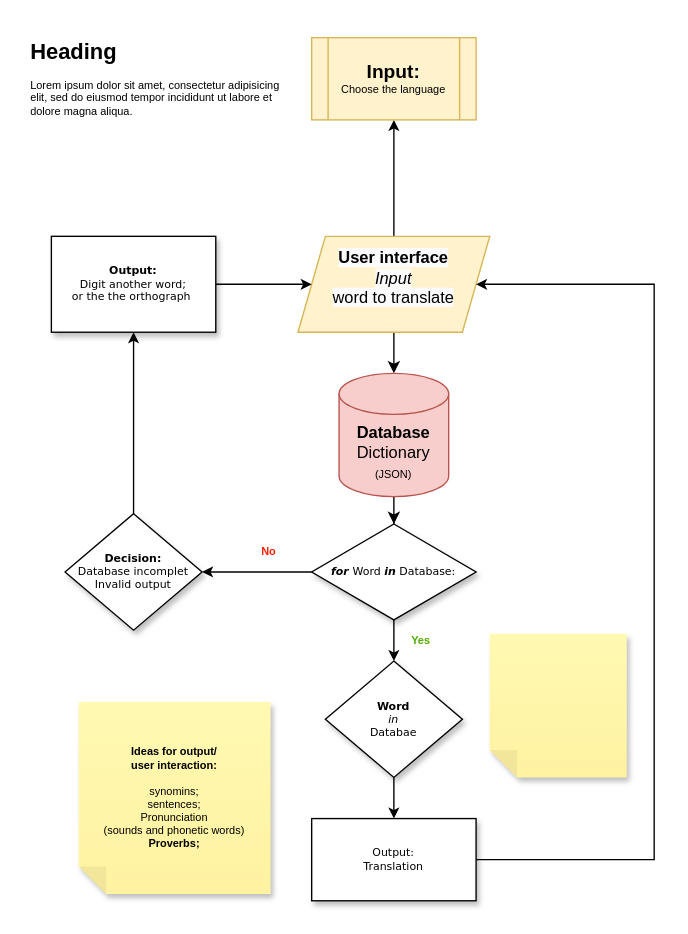
DanZech/45-Learning-Code keeps this draw.io diagram as Untitled Diagram.drawio. Above is the earlier version. Source tidied: cells renumbered, new cells numbered last; positions are measured from the earlier drawing's top-left corner, leaving out a move shared by most shapes. Both pictures are drawn from the tidied source at 137%, with x=0, y=0 at pixel (23, 37).
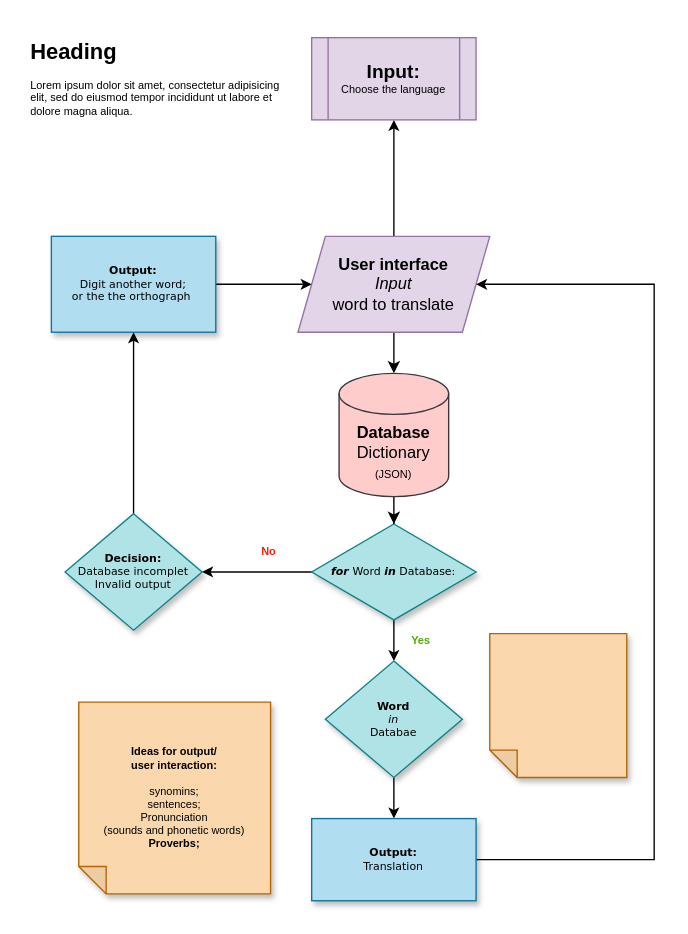
After the change.

What changed in the source:
```diff
@@
-    <mxCell id="4" value="&amp;nbsp;&lt;b&gt;&lt;i&gt;for&amp;nbsp;&lt;/i&gt;&lt;/b&gt;Word &lt;b style=&quot;font-style: italic;&quot;&gt;in&lt;/b&gt;&amp;nbsp;Database:&lt;i&gt;&amp;nbsp;&lt;/i&gt;" style="rhombus;whiteSpace=wrap;html=1;rounded=0;shadow=1;labelBackgroundColor=none;strokeWidth=1;fontFamily=Verdana;fontSize=8;align=center;" parent="1" vertex="1">
+    <mxCell id="4" value="&amp;nbsp;&lt;b&gt;&lt;i&gt;for&amp;nbsp;&lt;/i&gt;&lt;/b&gt;Word &lt;b style=&quot;font-style: italic;&quot;&gt;in&lt;/b&gt;&amp;nbsp;Database:&lt;i&gt;&amp;nbsp;&lt;/i&gt;" style="rhombus;whiteSpace=wrap;html=1;rounded=0;shadow=1;labelBackgroundColor=none;strokeWidth=1;fontFamily=Verdana;fontSize=8;align=center;fillColor=#b0e3e6;strokeColor=#0e8088;" parent="1" vertex="1">
       <mxGeometry x="210" y="355" width="120" height="70" as="geometry" />
     </mxCell>
@@
-    <mxCell id="7" value="&lt;b&gt;Database&lt;/b&gt;&lt;br&gt;Dictionary&lt;br&gt;&lt;font style=&quot;font-size: 8px;&quot;&gt;(JSON)&lt;/font&gt;" style="shape=cylinder3;whiteSpace=wrap;html=1;boundedLbl=1;backgroundOutline=1;size=15;fillColor=#f8cecc;strokeColor=#b85450;" parent="1" vertex="1">
+    <mxCell id="7" value="&lt;b&gt;Database&lt;/b&gt;&lt;br&gt;Dictionary&lt;br&gt;&lt;font style=&quot;font-size: 8px;&quot;&gt;(JSON)&lt;/font&gt;" style="shape=cylinder3;whiteSpace=wrap;html=1;boundedLbl=1;backgroundOutline=1;size=15;fillColor=#ffcccc;strokeColor=#36393d;rounded=0;" parent="1" vertex="1">
       <mxGeometry x="230" y="245" width="80" height="90" as="geometry" />
     </mxCell>
@@
-    <mxCell id="9" value="&#10;&lt;b style=&quot;border-color: var(--border-color); color: rgb(0, 0, 0); font-family: Helvetica; font-size: 12px; font-style: normal; font-variant-ligatures: normal; font-variant-caps: normal; letter-spacing: normal; orphans: 2; text-align: center; text-indent: 0px; text-transform: none; widows: 2; word-spacing: 0px; -webkit-text-stroke-width: 0px; background-color: rgb(251, 251, 251); text-decoration-thickness: initial; text-decoration-style: initial; text-decoration-color: initial;&quot;&gt;User interface&lt;/b&gt;&lt;br style=&quot;border-color: var(--border-color); color: rgb(0, 0, 0); font-family: Helvetica; font-size: 12px; font-style: normal; font-variant-ligatures: normal; font-variant-caps: normal; font-weight: 400; letter-spacing: normal; orphans: 2; text-align: center; text-indent: 0px; text-transform: none; widows: 2; word-spacing: 0px; -webkit-text-stroke-width: 0px; background-color: rgb(251, 251, 251); text-decoration-thickness: initial; text-decoration-style: initial; text-decoration-color: initial;&quot;&gt;&lt;i style=&quot;border-color: var(--border-color); color: rgb(0, 0, 0); font-family: Helvetica; font-size: 12px; font-variant-ligatures: normal; font-variant-caps: normal; font-weight: 400; letter-spacing: normal; orphans: 2; text-align: center; text-indent: 0px; text-transform: none; widows: 2; word-spacing: 0px; -webkit-text-stroke-width: 0px; background-color: rgb(251, 251, 251); text-decoration-thickness: initial; text-decoration-style: initial; text-decoration-color: initial;&quot;&gt;Input&lt;/i&gt;&lt;span style=&quot;color: rgb(0, 0, 0); font-family: Helvetica; font-size: 12px; font-style: normal; font-variant-ligatures: normal; font-variant-caps: normal; font-weight: 400; letter-spacing: normal; orphans: 2; text-align: center; text-indent: 0px; text-transform: none; widows: 2; word-spacing: 0px; -webkit-text-stroke-width: 0px; background-color: rgb(251, 251, 251); text-decoration-thickness: initial; text-decoration-style: initial; text-decoration-color: initial; float: none; display: inline !important;&quot;&gt;&lt;/span&gt;&lt;br style=&quot;border-color: var(--border-color); color: rgb(0, 0, 0); font-family: Helvetica; font-size: 12px; font-style: normal; font-variant-ligatures: normal; font-variant-caps: normal; font-weight: 400; letter-spacing: normal; orphans: 2; text-align: center; text-indent: 0px; text-transform: none; widows: 2; word-spacing: 0px; -webkit-text-stroke-width: 0px; background-color: rgb(251, 251, 251); text-decoration-thickness: initial; text-decoration-style: initial; text-decoration-color: initial;&quot;&gt;&lt;span style=&quot;color: rgb(0, 0, 0); font-family: Helvetica; font-size: 12px; font-style: normal; font-variant-ligatures: normal; font-variant-caps: normal; font-weight: 400; letter-spacing: normal; orphans: 2; text-align: center; text-indent: 0px; text-transform: none; widows: 2; word-spacing: 0px; -webkit-text-stroke-width: 0px; background-color: rgb(251, 251, 251); text-decoration-thickness: initial; text-decoration-style: initial; text-decoration-color: initial; float: none; display: inline !important;&quot;&gt;word to translate&lt;/span&gt;&#10;&#10;" style="shape=parallelogram;perimeter=parallelogramPerimeter;whiteSpace=wrap;html=1;fixedSize=1;fontSize=8;fillColor=#fff2cc;strokeColor=#d6b656;" parent="1" vertex="1">
+    <mxCell id="9" value="&lt;span style=&quot;background-color: transparent;&quot;&gt;&lt;br&gt;&lt;b style=&quot;border-color: var(--border-color); color: rgb(0, 0, 0); font-family: Helvetica; font-size: 12px; font-style: normal; font-variant-ligatures: normal; font-variant-caps: normal; letter-spacing: normal; text-align: center; text-indent: 0px; text-transform: none; word-spacing: 0px; -webkit-text-stroke-width: 0px; text-decoration-thickness: initial; text-decoration-style: initial; text-decoration-color: initial;&quot;&gt;User interface&lt;/b&gt;&lt;br style=&quot;border-color: var(--border-color); color: rgb(0, 0, 0); font-family: Helvetica; font-size: 12px; font-style: normal; font-variant-ligatures: normal; font-variant-caps: normal; font-weight: 400; letter-spacing: normal; text-align: center; text-indent: 0px; text-transform: none; word-spacing: 0px; -webkit-text-stroke-width: 0px; text-decoration-thickness: initial; text-decoration-style: initial; text-decoration-color: initial;&quot;&gt;&lt;i style=&quot;border-color: var(--border-color); color: rgb(0, 0, 0); font-family: Helvetica; font-size: 12px; font-variant-ligatures: normal; font-variant-caps: normal; font-weight: 400; letter-spacing: normal; text-align: center; text-indent: 0px; text-transform: none; word-spacing: 0px; -webkit-text-stroke-width: 0px; text-decoration-thickness: initial; text-decoration-style: initial; text-decoration-color: initial;&quot;&gt;Input&lt;/i&gt;&lt;span style=&quot;color: rgb(0, 0, 0); font-family: Helvetica; font-size: 12px; font-style: normal; font-variant-ligatures: normal; font-variant-caps: normal; font-weight: 400; letter-spacing: normal; text-align: center; text-indent: 0px; text-transform: none; word-spacing: 0px; -webkit-text-stroke-width: 0px; text-decoration-thickness: initial; text-decoration-style: initial; text-decoration-color: initial; float: none; display: inline !important;&quot;&gt;&lt;/span&gt;&lt;br style=&quot;border-color: var(--border-color); color: rgb(0, 0, 0); font-family: Helvetica; font-size: 12px; font-style: normal; font-variant-ligatures: normal; font-variant-caps: normal; font-weight: 400; letter-spacing: normal; text-align: center; text-indent: 0px; text-transform: none; word-spacing: 0px; -webkit-text-stroke-width: 0px; text-decoration-thickness: initial; text-decoration-style: initial; text-decoration-color: initial;&quot;&gt;&lt;span style=&quot;color: rgb(0, 0, 0); font-family: Helvetica; font-size: 12px; font-style: normal; font-variant-ligatures: normal; font-variant-caps: normal; font-weight: 400; letter-spacing: normal; text-align: center; text-indent: 0px; text-transform: none; word-spacing: 0px; -webkit-text-stroke-width: 0px; text-decoration-thickness: initial; text-decoration-style: initial; text-decoration-color: initial; float: none; display: inline !important;&quot;&gt;word to translate&lt;/span&gt;&lt;br&gt;&lt;br&gt;&lt;/span&gt;" style="shape=parallelogram;perimeter=parallelogramPerimeter;whiteSpace=wrap;html=1;fixedSize=1;fontSize=8;fillColor=#e1d5e7;strokeColor=#9673a6;rounded=0;" parent="1" vertex="1">
       <mxGeometry x="200" y="145" width="140" height="70" as="geometry" />
     </mxCell>
-    <mxCell id="10" value="&lt;b&gt;Ideas for output/&lt;br&gt;user interaction:&lt;/b&gt;&lt;br&gt;&lt;br&gt;synomins;&lt;br&gt;sentences;&lt;br&gt;Pronunciation &lt;br&gt;(sounds and phonetic words)&lt;br&gt;&lt;b&gt;Proverbs;&lt;/b&gt;" style="shape=note;whiteSpace=wrap;html=1;backgroundOutline=1;fontColor=#000000;darkOpacity=0.05;fillColor=#FFF9B2;strokeColor=none;fillStyle=solid;direction=west;gradientDirection=north;gradientColor=#FFF2A1;shadow=1;size=20;fontSize=8;" parent="1" vertex="1">
+    <mxCell id="10" value="&lt;b&gt;Ideas for output/&lt;br&gt;user interaction:&lt;/b&gt;&lt;br&gt;&lt;br&gt;synomins;&lt;br&gt;sentences;&lt;br&gt;Pronunciation &lt;br&gt;(sounds and phonetic words)&lt;br&gt;&lt;b&gt;Proverbs;&lt;/b&gt;" style="shape=note;whiteSpace=wrap;html=1;backgroundOutline=1;darkOpacity=0.05;fillStyle=solid;direction=west;gradientDirection=north;shadow=1;size=20;fontSize=8;fillColor=#fad7ac;strokeColor=#b46504;rounded=0;" parent="1" vertex="1">
       <mxGeometry x="40" y="485" width="140" height="140" as="geometry" />
     </mxCell>
@@
-    <mxCell id="13" value="&lt;b&gt;Decision:&lt;/b&gt;&lt;br&gt;Database incomplet&lt;br&gt;Invalid output" style="rhombus;whiteSpace=wrap;html=1;fontSize=8;fontFamily=Verdana;rounded=0;shadow=1;labelBackgroundColor=none;strokeWidth=1;" parent="1" vertex="1">
+    <mxCell id="13" value="&lt;b&gt;Decision:&lt;/b&gt;&lt;br&gt;Database incomplet&lt;br&gt;Invalid output" style="rhombus;whiteSpace=wrap;html=1;fontSize=8;fontFamily=Verdana;rounded=0;shadow=1;labelBackgroundColor=none;strokeWidth=1;fillColor=#b0e3e6;strokeColor=#0e8088;" parent="1" vertex="1">
       <mxGeometry x="30" y="347.5" width="100" height="85" as="geometry" />
     </mxCell>
@@
-    <mxCell id="16" value="&lt;b&gt;Output:&lt;br&gt;&lt;/b&gt;Digit another word;&lt;br&gt;or the the orthograph&amp;nbsp;" style="rounded=0;whiteSpace=wrap;html=1;fontSize=8;fontFamily=Verdana;shadow=1;labelBackgroundColor=none;strokeWidth=1;" parent="1" vertex="1">
+    <mxCell id="16" value="&lt;span style=&quot;background-color: transparent;&quot;&gt;&lt;b&gt;Output:&lt;br&gt;&lt;/b&gt;Digit another word;&lt;br&gt;or the the orthograph&amp;nbsp;&lt;/span&gt;" style="rounded=0;whiteSpace=wrap;html=1;fontSize=8;fontFamily=Verdana;shadow=1;labelBackgroundColor=none;strokeWidth=1;fillColor=#b1ddf0;strokeColor=#10739e;" parent="1" vertex="1">
       <mxGeometry x="20" y="145" width="120" height="70" as="geometry" />
     </mxCell>
@@
-    <mxCell id="18" value="&lt;b&gt;Word&lt;/b&gt;&lt;br&gt;&lt;i&gt;in&lt;br&gt;&lt;/i&gt;Databae" style="rhombus;whiteSpace=wrap;html=1;fontSize=8;fontFamily=Verdana;rounded=0;shadow=1;labelBackgroundColor=none;strokeWidth=1;" parent="1" vertex="1">
+    <mxCell id="18" value="&lt;b&gt;Word&lt;/b&gt;&lt;br&gt;&lt;i&gt;in&lt;br&gt;&lt;/i&gt;Databae" style="rhombus;whiteSpace=wrap;html=1;fontSize=8;fontFamily=Verdana;rounded=0;shadow=1;labelBackgroundColor=none;strokeWidth=1;fillColor=#b0e3e6;strokeColor=#0e8088;" parent="1" vertex="1">
       <mxGeometry x="220" y="455" width="100" height="85" as="geometry" />
     </mxCell>
@@
-    <mxCell id="21" value="Output:&lt;br&gt;Translation" style="rounded=0;whiteSpace=wrap;html=1;fontSize=8;fontFamily=Verdana;shadow=1;labelBackgroundColor=none;strokeWidth=1;" parent="1" vertex="1">
+    <mxCell id="21" value="&lt;b&gt;Output:&lt;/b&gt;&lt;br&gt;Translation" style="rounded=0;whiteSpace=wrap;html=1;fontSize=8;fontFamily=Verdana;shadow=1;labelBackgroundColor=none;strokeWidth=1;fillColor=#b1ddf0;strokeColor=#10739e;" parent="1" vertex="1">
       <mxGeometry x="210" y="570" width="120" height="60" as="geometry" />
     </mxCell>
-    <mxCell id="22" value="&lt;b&gt;&lt;font style=&quot;font-size: 14px;&quot;&gt;Input:&lt;/font&gt;&lt;/b&gt;&lt;br&gt;Choose the language" style="shape=process;whiteSpace=wrap;html=1;backgroundOutline=1;fontSize=8;fillColor=#fff2cc;strokeColor=#d6b656;" parent="1" vertex="1">
+    <mxCell id="22" value="&lt;b&gt;&lt;font style=&quot;font-size: 14px;&quot;&gt;Input:&lt;/font&gt;&lt;/b&gt;&lt;br&gt;Choose the language" style="shape=process;whiteSpace=wrap;html=1;backgroundOutline=1;fontSize=8;fillColor=#e1d5e7;strokeColor=#9673a6;rounded=0;" parent="1" vertex="1">
       <mxGeometry x="210" width="120" height="60" as="geometry" />
     </mxCell>
-    <mxCell id="23" style="shape=note;whiteSpace=wrap;html=1;backgroundOutline=1;fontColor=#000000;darkOpacity=0.05;fillColor=#FFF9B2;strokeColor=none;fillStyle=solid;direction=west;gradientDirection=north;gradientColor=#FFF2A1;shadow=1;size=20;fontSize=8;" parent="1" vertex="1">
+    <mxCell id="23" style="shape=note;whiteSpace=wrap;html=1;backgroundOutline=1;darkOpacity=0.05;fillStyle=solid;direction=west;gradientDirection=north;shadow=1;size=20;fontSize=8;fillColor=#fad7ac;strokeColor=#b46504;rounded=0;" parent="1" vertex="1">
       <mxGeometry x="340" y="435" width="100" height="105" as="geometry" />
     </mxCell>
```
